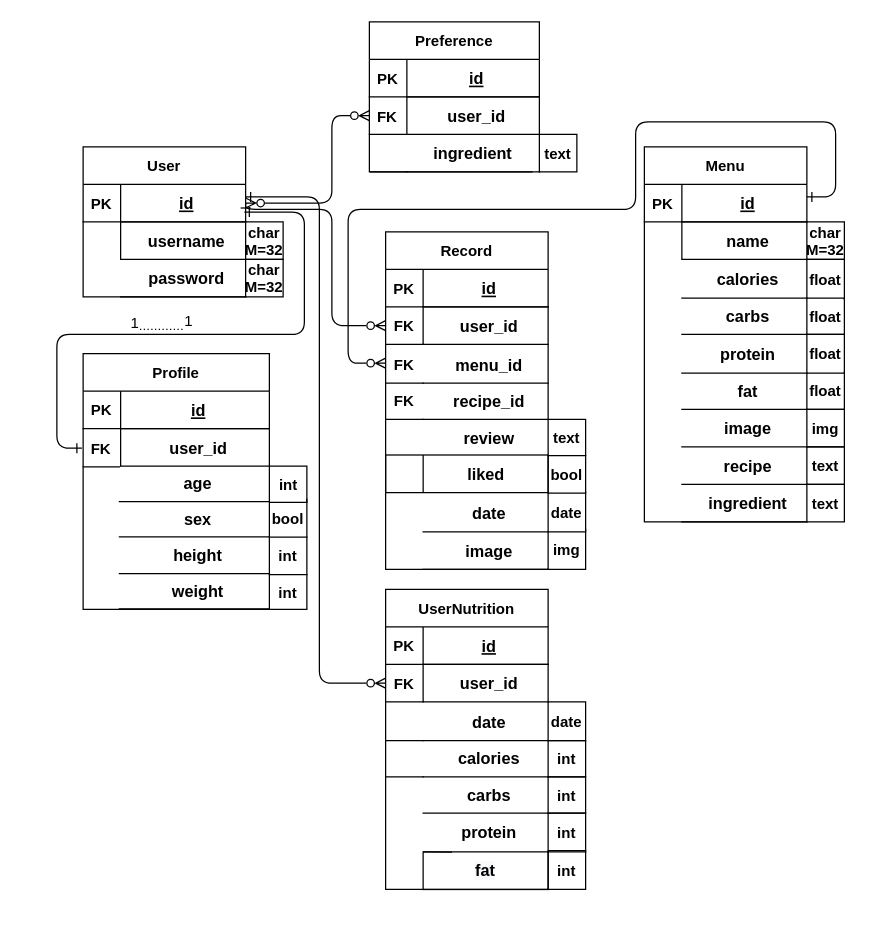
Earlier version of the draw.io diagram diagrams/Backend ER Diagram.drawio (swsnu/swpp2021-team5). Source tidied: cells renumbered, new cells numbered last; positions are measured from the earlier drawing's top-left corner, leaving out a move shared by most shapes. Both pictures are drawn from the tidied source at 125%, with x=0, y=0 at pixel (56, 21).
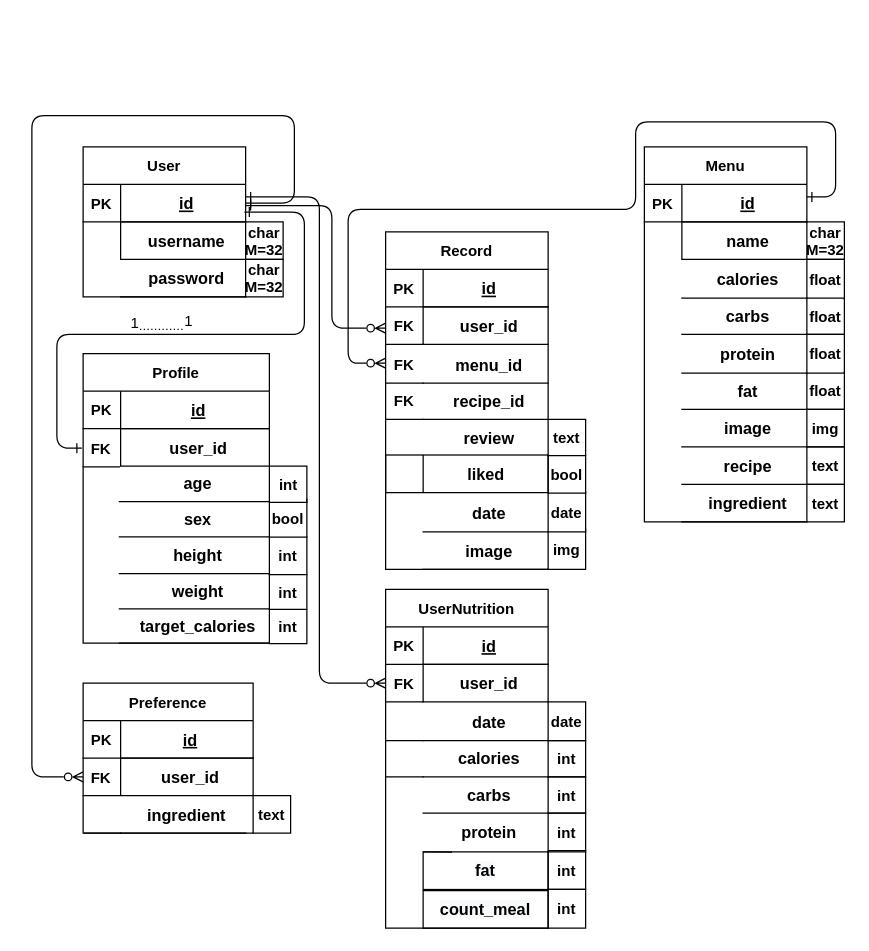
After the change.

The change refers to these unchanged cells:
```xml
<mxCell id="6" style="shape=partialRectangle;fillColor=none;points=[[0,0.5],[1,0.5]];portConstraint=eastwest;top=0;left=0;right=0;bottom=1;" parent="5" vertex="1">
  <mxGeometry y="30" width="130" height="30" as="geometry" />
</mxCell>
<mxCell id="23" style="shape=partialRectangle;fillColor=none;points=[[0,0.5],[1,0.5]];portConstraint=eastwest;top=0;left=0;right=0;bottom=0;" parent="19" vertex="1">
  <mxGeometry y="60" width="130" height="30" as="geometry" />
</mxCell>
<mxCell id="90" style="shape=partialRectangle;fillColor=none;points=[[0,0.5],[1,0.5]];portConstraint=eastwest;top=0;left=0;right=0;bottom=0;" parent="86" vertex="1">
  <mxGeometry y="60" width="136" height="30" as="geometry" />
</mxCell>
```

The edit, as a diff of the source:
```diff
@@
-    <mxCell id="2" style="edgeStyle=orthogonalEdgeStyle;endArrow=ERzeroToMany;startArrow=ERone;endFill=0;startFill=0;exitX=1;exitY=0.5;exitDx=0;exitDy=0;strokeColor=default;labelBackgroundColor=default;fontColor=default;" parent="1" edge="1" source="6" target="23">
+    <mxCell id="2" style="edgeStyle=orthogonalEdgeStyle;endArrow=ERzeroToMany;startArrow=ERone;endFill=0;startFill=0;exitX=1;exitY=0.5;exitDx=0;exitDy=0;strokeColor=default;labelBackgroundColor=default;fontColor=default;" parent="1" edge="1">
       <mxGeometry relative="1" as="geometry">
+        <mxPoint x="151" y="146.9" as="sourcePoint" />
+        <mxPoint x="263" y="245" as="targetPoint" />
         <Array as="points">
-          <mxPoint x="151" y="150" />
-          <mxPoint x="220" y="150" />
-          <mxPoint x="220" y="243" />
+          <mxPoint x="220" y="147" />
+          <mxPoint x="220" y="245" />
         </Array>
       </mxGeometry>
     </mxCell>
@@
     <mxCell id="34" value="UserNutrition" style="shape=table;startSize=30;childLayout=tableLayout;rowLines=0;fontStyle=1;align=center;" parent="1" vertex="1">
-      <mxGeometry x="263" y="454" width="130" height="240" as="geometry" />
+      <mxGeometry x="263" y="454" width="130" height="271" as="geometry" />
     </mxCell>
@@
     <mxCell id="49" value="Profile" style="shape=table;startSize=30;childLayout=tableLayout;rowLines=0;fontStyle=1;align=center;fillColor=default;strokeColor=default;fontColor=default;" parent="1" vertex="1">
-      <mxGeometry x="21" y="265.4" width="149" height="204.6" as="geometry" />
+      <mxGeometry x="21" y="265.4" width="149" height="231.6" as="geometry" />
     </mxCell>
@@
     <mxCell id="85" style="group;" parent="1" vertex="1">
-      <mxGeometry x="250" width="130" height="120" as="geometry" />
+      <mxGeometry x="21" y="529" width="130" height="120" as="geometry" />
     </mxCell>
@@
-    <mxCell id="115" style="edgeStyle=orthogonalEdgeStyle;endArrow=ERzeroToMany;startArrow=ERzeroToMany;endFill=0;startFill=0;strokeColor=default;labelBackgroundColor=default;fontColor=default;exitX=1;exitY=0.5;exitDx=0;exitDy=0;" parent="1" edge="1" source="6" target="90">
+    <mxCell id="115" style="edgeStyle=orthogonalEdgeStyle;endArrow=ERzeroToMany;startArrow=ERone;endFill=0;startFill=0;strokeColor=default;labelBackgroundColor=default;fontColor=default;exitX=1;exitY=0.5;exitDx=0;exitDy=0;" parent="1" edge="1" source="6" target="90">
       <mxGeometry relative="1" as="geometry">
         <Array as="points">
-          <mxPoint x="220" y="145" />
-          <mxPoint x="220" y="75" />
+          <mxPoint x="190" y="145" />
+          <mxPoint x="190" y="75" />
+          <mxPoint x="-20" y="75" />
+          <mxPoint x="-20" y="604" />
         </Array>
       </mxGeometry>
     </mxCell>
@@
     <mxCell id="120" value="text" style="shape=partialRectangle;overflow=hidden;fillColor=none;top=1;left=0;bottom=1;right=1;fontStyle=1;strokeColor=default;fontColor=default;" parent="1" vertex="1">
-      <mxGeometry x="386" y="90" width="30" height="30" as="geometry" />
+      <mxGeometry x="157" y="619" width="30" height="30" as="geometry" />
     </mxCell>
+    <mxCell id="121" value="target_calories" style="shape=partialRectangle;overflow=hidden;fillColor=none;top=0;left=0;bottom=1;right=0;align=center;spacingLeft=6;fontStyle=1;fontSize=13;strokeColor=default;fontColor=default;" parent="1" vertex="1">
+      <mxGeometry x="50" y="468.6" width="120" height="28.3" as="geometry" />
+    </mxCell>
+    <mxCell id="122" value="int" style="shape=partialRectangle;overflow=hidden;fillColor=none;top=0;left=0;bottom=1;right=1;fontStyle=1;strokeColor=default;fontColor=default;" parent="1" vertex="1">
+      <mxGeometry x="170" y="470.4" width="30" height="26.9" as="geometry" />
+    </mxCell>
+    <mxCell id="123" value="&lt;span style=&quot;font-family: &amp;#34;helvetica&amp;#34; ; font-size: 13px ; font-style: normal ; font-weight: 700 ; letter-spacing: normal ; text-indent: 0px ; text-transform: none ; word-spacing: 0px ; background-color: rgb(248 , 249 , 250) ; display: inline ; float: none&quot;&gt;count_meal&lt;/span&gt;" style="rounded=0;whiteSpace=wrap;html=1;fillColor=none;strokeColor=default;fontColor=default;align=center;" parent="1" vertex="1">
+      <mxGeometry x="293" y="695" width="100" height="30.1" as="geometry" />
+    </mxCell>
+    <mxCell id="124" value="int" style="shape=partialRectangle;overflow=hidden;fillColor=none;top=1;left=0;bottom=1;right=1;fontStyle=1;strokeColor=default;fontColor=default;" parent="1" vertex="1">
+      <mxGeometry x="393" y="694" width="30" height="31" as="geometry" />
+    </mxCell>
```
